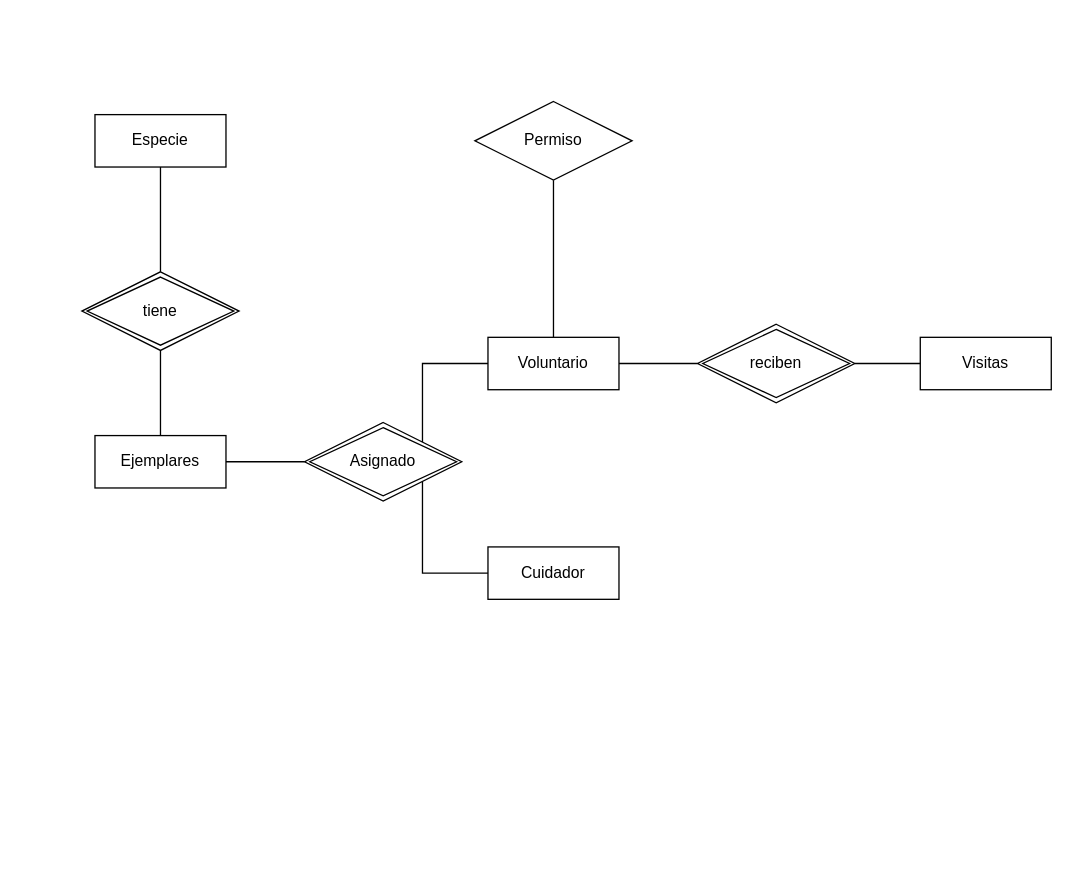
This is zoo.drawio from Guzmansrz/lenguajeDeMarcas, a draw.io file, before an edit. Source tidied: cells renumbered, new cells numbered last; positions are measured from the earlier drawing's top-left corner, leaving out a move shared by most shapes. Both pictures are drawn from the tidied source at 131%, with x=0, y=0 at pixel (81, 101).
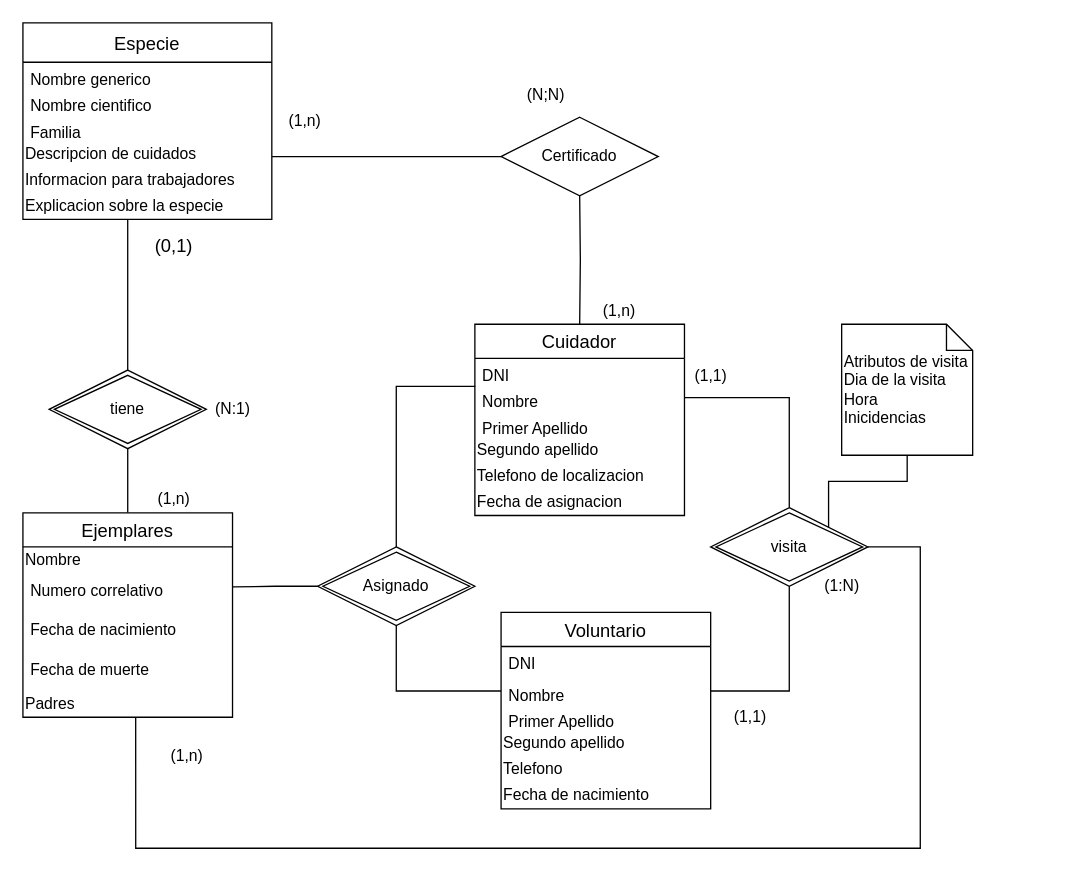
The same diagram, later.

Diff of the diagram source:
```diff
@@
-    <mxCell id="2" style="edgeStyle=orthogonalEdgeStyle;rounded=0;jettySize=auto;html=1;entryX=0.5;entryY=0;entryDx=0;entryDy=0;endArrow=none;endFill=0;" parent="1" edge="1" source="3" target="10">
-      <mxGeometry relative="1" as="geometry" />
-    </mxCell>
+    <mxCell id="19" style="edgeStyle=orthogonalEdgeStyle;rounded=0;jettySize=auto;html=1;entryX=0.5;entryY=1;entryDx=0;entryDy=0;endArrow=none;endFill=0;" parent="1" edge="1" target="30">
+      <mxGeometry relative="1" as="geometry">
+        <mxPoint x="380" y="170" as="sourcePoint" />
+      </mxGeometry>
+    </mxCell>
+    <mxCell id="9" style="edgeStyle=orthogonalEdgeStyle;rounded=0;jettySize=auto;html=1;entryX=0.5;entryY=0;entryDx=0;entryDy=0;endArrow=none;endFill=0;" parent="1" edge="1" source="10" target="5">
+      <mxGeometry relative="1" as="geometry" />
+    </mxCell>
+    <mxCell id="20" style="edgeStyle=orthogonalEdgeStyle;rounded=0;jettySize=auto;html=1;entryX=0.421;entryY=1;entryDx=0;entryDy=0;entryPerimeter=0;endArrow=none;endFill=0;" parent="1" edge="1" source="10" target="44">
+      <mxGeometry relative="1" as="geometry" />
+    </mxCell>
+    <mxCell id="10" value="tiene" style="shape=rhombus;double=1;perimeter=rhombusPerimeter;whiteSpace=wrap;html=1;align=center;" parent="1" vertex="1">
+      <mxGeometry x="-25" y="205" width="120" height="60" as="geometry" />
+    </mxCell>
+    <mxCell id="21" style="edgeStyle=orthogonalEdgeStyle;rounded=0;jettySize=auto;html=1;exitX=0;exitY=0.5;exitDx=0;exitDy=0;entryX=1.001;entryY=0.352;entryDx=0;entryDy=0;entryPerimeter=0;endArrow=none;endFill=0;" parent="1" edge="1" source="11" target="35">
+      <mxGeometry relative="1" as="geometry" />
+    </mxCell>
+    <mxCell id="22" style="edgeStyle=orthogonalEdgeStyle;rounded=0;jettySize=auto;html=1;entryX=0.002;entryY=0.07;entryDx=0;entryDy=0;entryPerimeter=0;endArrow=none;endFill=0;" parent="1" edge="1" source="11" target="46">
+      <mxGeometry relative="1" as="geometry" />
+    </mxCell>
+    <mxCell id="23" style="edgeStyle=orthogonalEdgeStyle;rounded=0;jettySize=auto;html=1;entryX=0;entryY=0.5;entryDx=0;entryDy=0;endArrow=none;endFill=0;" parent="1" edge="1" source="11" target="52">
+      <mxGeometry relative="1" as="geometry" />
+    </mxCell>
+    <mxCell id="11" value="Asignado" style="shape=rhombus;double=1;perimeter=rhombusPerimeter;whiteSpace=wrap;html=1;align=center;" parent="1" vertex="1">
+      <mxGeometry x="180" y="340" width="120" height="60" as="geometry" />
+    </mxCell>
+    <mxCell id="24" style="edgeStyle=orthogonalEdgeStyle;rounded=0;jettySize=auto;html=1;entryX=1;entryY=0.5;entryDx=0;entryDy=0;endArrow=none;endFill=0;" parent="1" edge="1" source="28" target="46">
+      <mxGeometry relative="1" as="geometry" />
+    </mxCell>
+    <mxCell id="25" style="edgeStyle=orthogonalEdgeStyle;rounded=0;jettySize=auto;html=1;entryX=1;entryY=0.5;entryDx=0;entryDy=0;endArrow=none;endFill=0;" parent="1" edge="1" source="28" target="52">
+      <mxGeometry relative="1" as="geometry" />
+    </mxCell>
+    <mxCell id="26" style="edgeStyle=orthogonalEdgeStyle;rounded=0;jettySize=auto;html=1;endArrow=none;endFill=0;entryX=0.538;entryY=1.001;entryDx=0;entryDy=0;entryPerimeter=0;" parent="1" edge="1" source="28" target="38">
+      <mxGeometry relative="1" as="geometry">
+        <Array as="points">
+          <mxPoint x="640" y="340" />
+          <mxPoint x="640" y="570" />
+          <mxPoint x="41" y="570" />
+        </Array>
+      </mxGeometry>
+    </mxCell>
+    <mxCell id="27" style="edgeStyle=orthogonalEdgeStyle;rounded=0;jettySize=auto;html=1;exitX=1;exitY=0;exitDx=0;exitDy=0;entryX=0.5;entryY=1;entryDx=0;entryDy=0;entryPerimeter=0;endArrow=none;endFill=0;" parent="1" edge="1" source="28" target="57">
+      <mxGeometry relative="1" as="geometry" />
+    </mxCell>
+    <mxCell id="28" value="visita" style="shape=rhombus;double=1;perimeter=rhombusPerimeter;whiteSpace=wrap;html=1;align=center;" parent="1" vertex="1">
+      <mxGeometry x="480" y="310" width="120" height="60" as="geometry" />
+    </mxCell>
+    <mxCell id="29" style="edgeStyle=orthogonalEdgeStyle;rounded=0;jettySize=auto;html=1;endArrow=none;endFill=0;" parent="1" edge="1" source="30">
+      <mxGeometry relative="1" as="geometry">
+        <mxPoint x="145" y="42" as="targetPoint" />
+      </mxGeometry>
+    </mxCell>
+    <mxCell id="30" value="Certificado" style="shape=rhombus;perimeter=rhombusPerimeter;whiteSpace=wrap;html=1;align=center;" parent="1" vertex="1">
+      <mxGeometry x="320" y="12" width="120" height="60" as="geometry" />
+    </mxCell>
+    <mxCell id="31" value="&lt;font style=&quot;font-size: 14px&quot;&gt;(0,1)&lt;/font&gt;" style="text;html=1;align=center;verticalAlign=middle;strokeColor=none;" parent="1" vertex="1">
+      <mxGeometry x="50" y="100" width="40" height="20" as="geometry" />
+    </mxCell>
+    <mxCell id="32" value="(1,n)" style="text;html=1;align=center;verticalAlign=middle;strokeColor=none;" parent="1" vertex="1">
+      <mxGeometry x="50" y="294" width="40" height="20" as="geometry" />
+    </mxCell>
+    <mxCell id="33" value="(N:1)" style="text;html=1;align=center;verticalAlign=middle;strokeColor=none;" parent="1" vertex="1">
+      <mxGeometry x="95" y="225" width="40" height="20" as="geometry" />
+    </mxCell>
+    <mxCell id="5" value="Ejemplares" style="swimlane;fontStyle=0;horizontal=1;startSize=26;align=center;fontSize=14;" parent="1" vertex="1">
+      <mxGeometry x="-45" y="314" width="160" height="156" as="geometry" />
+    </mxCell>
+    <mxCell id="34" value="Nombre" style="text;html=1;align=left;verticalAlign=middle;strokeColor=none;" parent="5" vertex="1">
+      <mxGeometry y="26" width="160" height="20" as="geometry" />
+    </mxCell>
+    <mxCell id="35" value="Numero correlativo" style="text;strokeColor=none;fillColor=none;spacingLeft=4;spacingRight=4;overflow=hidden;points=[[0,0.5],[1,0.5]];portConstraint=eastwest;fontSize=12;" parent="5" vertex="1">
+      <mxGeometry y="46" width="160" height="30" as="geometry" />
+    </mxCell>
+    <mxCell id="36" value="Fecha de nacimiento" style="text;strokeColor=none;fillColor=none;spacingLeft=4;spacingRight=4;overflow=hidden;fontSize=12;" parent="5" vertex="1">
+      <mxGeometry y="76" width="160" height="30" as="geometry" />
+    </mxCell>
+    <mxCell id="37" value="Fecha de muerte" style="text;strokeColor=none;fillColor=none;spacingLeft=4;spacingRight=4;overflow=hidden;fontSize=12;" parent="5" vertex="1">
+      <mxGeometry y="106" width="160" height="30" as="geometry" />
+    </mxCell>
+    <mxCell id="38" value="Padres&amp;nbsp;" style="text;html=1;align=left;verticalAlign=middle;points=[];strokeColor=none;" parent="5" vertex="1">
+      <mxGeometry y="136" width="160" height="20" as="geometry" />
+    </mxCell>
-    <mxCell id="3" value="Especie" style="whiteSpace=wrap;html=1;align=center;" parent="1" vertex="1">
-      <mxGeometry x="10" y="10" width="100" height="40" as="geometry" />
+    <mxCell id="3" value="Especie" style="swimlane;fontStyle=0;horizontal=1;startSize=30;align=center;fontSize=14;" parent="1" vertex="1">
+      <mxGeometry x="-45" y="-60" width="190" height="150" as="geometry" />
     </mxCell>
-    <mxCell id="4" style="edgeStyle=orthogonalEdgeStyle;rounded=0;jettySize=auto;html=1;endArrow=none;endFill=0;" parent="1" edge="1" source="5" target="11">
-      <mxGeometry relative="1" as="geometry" />
-    </mxCell>
-    <mxCell id="5" value="Ejemplares" style="whiteSpace=wrap;html=1;align=center;" parent="1" vertex="1">
-      <mxGeometry x="10" y="255" width="100" height="40" as="geometry" />
-    </mxCell>
-    <mxCell id="6" style="edgeStyle=orthogonalEdgeStyle;rounded=0;jettySize=auto;html=1;entryX=1;entryY=1;entryDx=0;entryDy=0;endArrow=none;endFill=0;" parent="1" edge="1" source="7" target="11">
-      <mxGeometry relative="1" as="geometry" />
-    </mxCell>
+    <mxCell id="39" value="Nombre generico" style="text;strokeColor=none;fillColor=none;spacingLeft=4;spacingRight=4;overflow=hidden;fontSize=12;" parent="3" vertex="1">
+      <mxGeometry y="30" width="190" height="20" as="geometry" />
+    </mxCell>
+    <mxCell id="40" value="Nombre cientifico" style="text;strokeColor=none;fillColor=none;spacingLeft=4;spacingRight=4;overflow=hidden;fontSize=12;" parent="3" vertex="1">
+      <mxGeometry y="50" width="190" height="20" as="geometry" />
+    </mxCell>
+    <mxCell id="41" value="Familia" style="text;strokeColor=none;fillColor=none;spacingLeft=4;spacingRight=4;overflow=hidden;fontSize=12;" parent="3" vertex="1">
+      <mxGeometry y="70" width="190" height="20" as="geometry" />
+    </mxCell>
+    <mxCell id="42" value="Descripcion de cuidados" style="text;html=1;align=left;verticalAlign=middle;strokeColor=none;" parent="3" vertex="1">
+      <mxGeometry y="90" width="190" height="20" as="geometry" />
+    </mxCell>
+    <mxCell id="43" value="Informacion para trabajadores" style="text;html=1;align=left;verticalAlign=middle;strokeColor=none;" parent="3" vertex="1">
+      <mxGeometry y="110" width="190" height="20" as="geometry" />
+    </mxCell>
+    <mxCell id="44" value="Explicacion sobre la especie" style="text;html=1;align=left;verticalAlign=middle;points=[];strokeColor=none;" parent="3" vertex="1">
+      <mxGeometry y="130" width="190" height="20" as="geometry" />
+    </mxCell>
-    <mxCell id="7" value="Cuidador" style="whiteSpace=wrap;html=1;align=center;" parent="1" vertex="1">
-      <mxGeometry x="310" y="340" width="100" height="40" as="geometry" />
+    <mxCell id="7" value="Cuidador" style="swimlane;fontStyle=0;horizontal=1;startSize=26;align=center;fontSize=14;" parent="1" vertex="1">
+      <mxGeometry x="300" y="170" width="160" height="146" as="geometry" />
     </mxCell>
-    <mxCell id="8" value="Visitas" style="whiteSpace=wrap;html=1;align=center;" parent="1" vertex="1">
-      <mxGeometry x="640" y="180" width="100" height="40" as="geometry" />
-    </mxCell>
-    <mxCell id="9" style="edgeStyle=orthogonalEdgeStyle;rounded=0;jettySize=auto;html=1;entryX=0.5;entryY=0;entryDx=0;entryDy=0;endArrow=none;endFill=0;" parent="1" edge="1" source="10" target="5">
-      <mxGeometry relative="1" as="geometry" />
-    </mxCell>
-    <mxCell id="10" value="tiene" style="shape=rhombus;double=1;perimeter=rhombusPerimeter;whiteSpace=wrap;html=1;align=center;" parent="1" vertex="1">
-      <mxGeometry y="130" width="120" height="60" as="geometry" />
-    </mxCell>
-    <mxCell id="11" value="Asignado" style="shape=rhombus;double=1;perimeter=rhombusPerimeter;whiteSpace=wrap;html=1;align=center;" parent="1" vertex="1">
-      <mxGeometry x="170" y="245" width="120" height="60" as="geometry" />
-    </mxCell>
-    <mxCell id="12" style="edgeStyle=orthogonalEdgeStyle;rounded=0;jettySize=auto;html=1;entryX=1;entryY=0;entryDx=0;entryDy=0;endArrow=none;endFill=0;" parent="1" edge="1" source="15" target="11">
-      <mxGeometry relative="1" as="geometry" />
-    </mxCell>
-    <mxCell id="13" style="edgeStyle=orthogonalEdgeStyle;rounded=0;jettySize=auto;html=1;entryX=0;entryY=0.5;entryDx=0;entryDy=0;endArrow=none;endFill=0;" parent="1" edge="1" source="15" target="17">
-      <mxGeometry relative="1" as="geometry" />
-    </mxCell>
-    <mxCell id="14" style="edgeStyle=orthogonalEdgeStyle;rounded=0;jettySize=auto;html=1;exitX=0.5;exitY=0;exitDx=0;exitDy=0;entryX=0.5;entryY=1;entryDx=0;entryDy=0;endArrow=none;endFill=0;" parent="1" edge="1" source="15" target="18">
-      <mxGeometry relative="1" as="geometry" />
-    </mxCell>
+    <mxCell id="45" value="DNI" style="text;strokeColor=none;fillColor=none;spacingLeft=4;spacingRight=4;overflow=hidden;fontSize=12;" parent="7" vertex="1">
+      <mxGeometry y="26" width="160" height="20" as="geometry" />
+    </mxCell>
+    <mxCell id="46" value="Nombre" style="text;strokeColor=none;fillColor=none;spacingLeft=4;spacingRight=4;overflow=hidden;points=[[0,0.5],[1,0.5]];portConstraint=eastwest;fontSize=12;" parent="7" vertex="1">
+      <mxGeometry y="46" width="160" height="20" as="geometry" />
+    </mxCell>
+    <mxCell id="47" value="Primer Apellido" style="text;strokeColor=none;fillColor=none;spacingLeft=4;spacingRight=4;overflow=hidden;fontSize=12;" parent="7" vertex="1">
+      <mxGeometry y="66" width="160" height="20" as="geometry" />
+    </mxCell>
+    <mxCell id="48" value="Segundo apellido" style="text;html=1;align=left;verticalAlign=middle;strokeColor=none;" parent="7" vertex="1">
+      <mxGeometry y="86" width="160" height="20" as="geometry" />
+    </mxCell>
+    <mxCell id="49" value="Telefono de localizacion" style="text;html=1;align=left;verticalAlign=middle;strokeColor=none;" parent="7" vertex="1">
+      <mxGeometry y="106" width="160" height="20" as="geometry" />
+    </mxCell>
+    <mxCell id="50" value="Fecha de asignacion&amp;nbsp;" style="text;html=1;align=left;verticalAlign=middle;strokeColor=none;" parent="7" vertex="1">
+      <mxGeometry y="126" width="160" height="20" as="geometry" />
+    </mxCell>
-    <mxCell id="15" value="Voluntario" style="whiteSpace=wrap;html=1;align=center;" parent="1" vertex="1">
-      <mxGeometry x="310" y="180" width="100" height="40" as="geometry" />
+    <mxCell id="15" value="Voluntario" style="swimlane;fontStyle=0;horizontal=1;startSize=26;align=center;fontSize=14;" parent="1" vertex="1">
+      <mxGeometry x="320" y="390" width="160" height="150" as="geometry" />
     </mxCell>
-    <mxCell id="16" style="edgeStyle=orthogonalEdgeStyle;rounded=0;jettySize=auto;html=1;entryX=0;entryY=0.5;entryDx=0;entryDy=0;endArrow=none;endFill=0;" parent="1" edge="1" source="17" target="8">
-      <mxGeometry relative="1" as="geometry" />
-    </mxCell>
-    <mxCell id="17" value="reciben" style="shape=rhombus;double=1;perimeter=rhombusPerimeter;whiteSpace=wrap;html=1;align=center;" parent="1" vertex="1">
-      <mxGeometry x="470" y="170" width="120" height="60" as="geometry" />
-    </mxCell>
-    <mxCell id="18" value="Permiso" style="shape=rhombus;perimeter=rhombusPerimeter;whiteSpace=wrap;html=1;align=center;" parent="1" vertex="1">
-      <mxGeometry x="300" width="120" height="60" as="geometry" />
-    </mxCell>
+    <mxCell id="51" value="DNI" style="text;strokeColor=none;fillColor=none;spacingLeft=4;spacingRight=4;overflow=hidden;fontSize=12;" parent="15" vertex="1">
+      <mxGeometry y="26" width="160" height="24" as="geometry" />
+    </mxCell>
+    <mxCell id="52" value="Nombre" style="text;strokeColor=none;fillColor=none;spacingLeft=4;spacingRight=4;overflow=hidden;points=[[0,0.5],[1,0.5]];portConstraint=eastwest;fontSize=12;" parent="15" vertex="1">
+      <mxGeometry y="50" width="160" height="20" as="geometry" />
+    </mxCell>
+    <mxCell id="53" value="Primer Apellido" style="text;strokeColor=none;fillColor=none;spacingLeft=4;spacingRight=4;overflow=hidden;fontSize=12;" parent="15" vertex="1">
+      <mxGeometry y="70" width="160" height="20" as="geometry" />
+    </mxCell>
+    <mxCell id="54" value="Segundo apellido" style="text;html=1;align=left;verticalAlign=middle;strokeColor=none;" parent="15" vertex="1">
+      <mxGeometry y="90" width="160" height="20" as="geometry" />
+    </mxCell>
+    <mxCell id="55" value="Telefono" style="text;html=1;align=left;verticalAlign=middle;strokeColor=none;" parent="15" vertex="1">
+      <mxGeometry y="110" width="160" height="20" as="geometry" />
+    </mxCell>
+    <mxCell id="56" value="Fecha de nacimiento" style="text;html=1;align=left;verticalAlign=middle;strokeColor=none;" parent="15" vertex="1">
+      <mxGeometry y="130" width="160" height="20" as="geometry" />
+    </mxCell>
+    <mxCell id="57" value="Atributos de visita&lt;br&gt;Dia de la visita&lt;br&gt;Hora&lt;br&gt;Inicidencias" style="shape=note;size=20;whiteSpace=wrap;html=1;align=left;" parent="1" vertex="1">
+      <mxGeometry x="580" y="170" width="100" height="100" as="geometry" />
+    </mxCell>
+    <mxCell id="58" value="(1,1)" style="text;html=1;align=center;verticalAlign=middle;strokeColor=none;" parent="1" vertex="1">
+      <mxGeometry x="460" y="200" width="40" height="20" as="geometry" />
+    </mxCell>
+    <mxCell id="59" value="(1,1)" style="text;html=1;align=center;verticalAlign=middle;strokeColor=none;" parent="1" vertex="1">
+      <mxGeometry x="490" y="460" width="40" height="20" as="geometry" />
+    </mxCell>
+    <mxCell id="60" value="(1,n)" style="text;html=1;align=center;verticalAlign=middle;strokeColor=none;" parent="1" vertex="1">
+      <mxGeometry x="60" y="490" width="40" height="20" as="geometry" />
+    </mxCell>
+    <mxCell id="61" value="(1:N)" style="text;html=1;align=center;verticalAlign=middle;strokeColor=none;" parent="1" vertex="1">
+      <mxGeometry x="560" y="360" width="40" height="20" as="geometry" />
+    </mxCell>
+    <mxCell id="62" value="(1,n)" style="text;html=1;align=center;verticalAlign=middle;strokeColor=none;" parent="1" vertex="1">
+      <mxGeometry x="390" y="150" width="40" height="20" as="geometry" />
+    </mxCell>
+    <mxCell id="63" value="(1,n)" style="text;html=1;align=center;verticalAlign=middle;strokeColor=none;" parent="1" vertex="1">
+      <mxGeometry x="150" y="5" width="40" height="20" as="geometry" />
+    </mxCell>
+    <mxCell id="64" value="(N;N)" style="text;html=1;align=center;verticalAlign=middle;strokeColor=none;" parent="1" vertex="1">
+      <mxGeometry x="334" y="-15" width="40" height="20" as="geometry" />
+    </mxCell>
```
